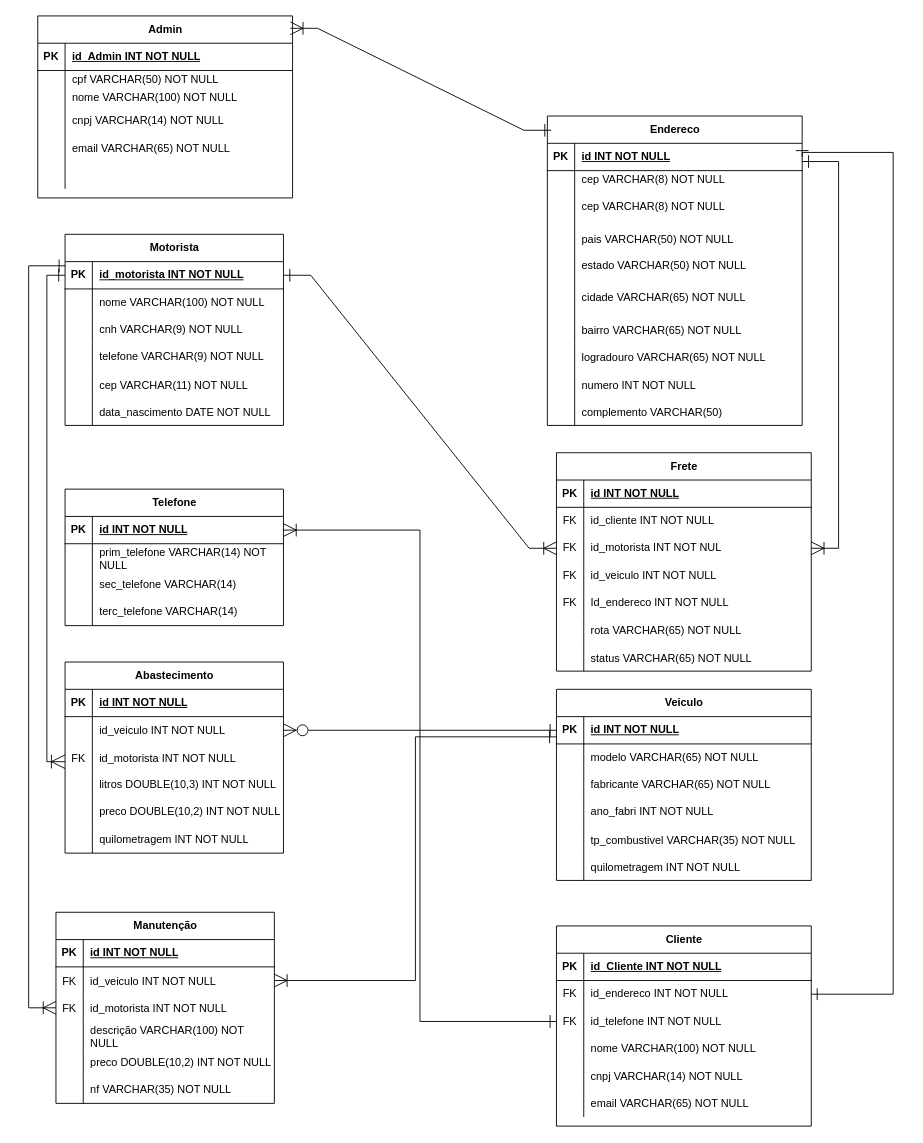
Earlier version of the draw.io diagram Database/der (1).drawio (MariaEduarda94/Projeto-Extens-o). Source tidied: cells renumbered, new cells numbered last; positions are measured from the earlier drawing's top-left corner, leaving out a move shared by most shapes. Both pictures are drawn from the tidied source at 91%, with x=0, y=0 at pixel (37, 15).
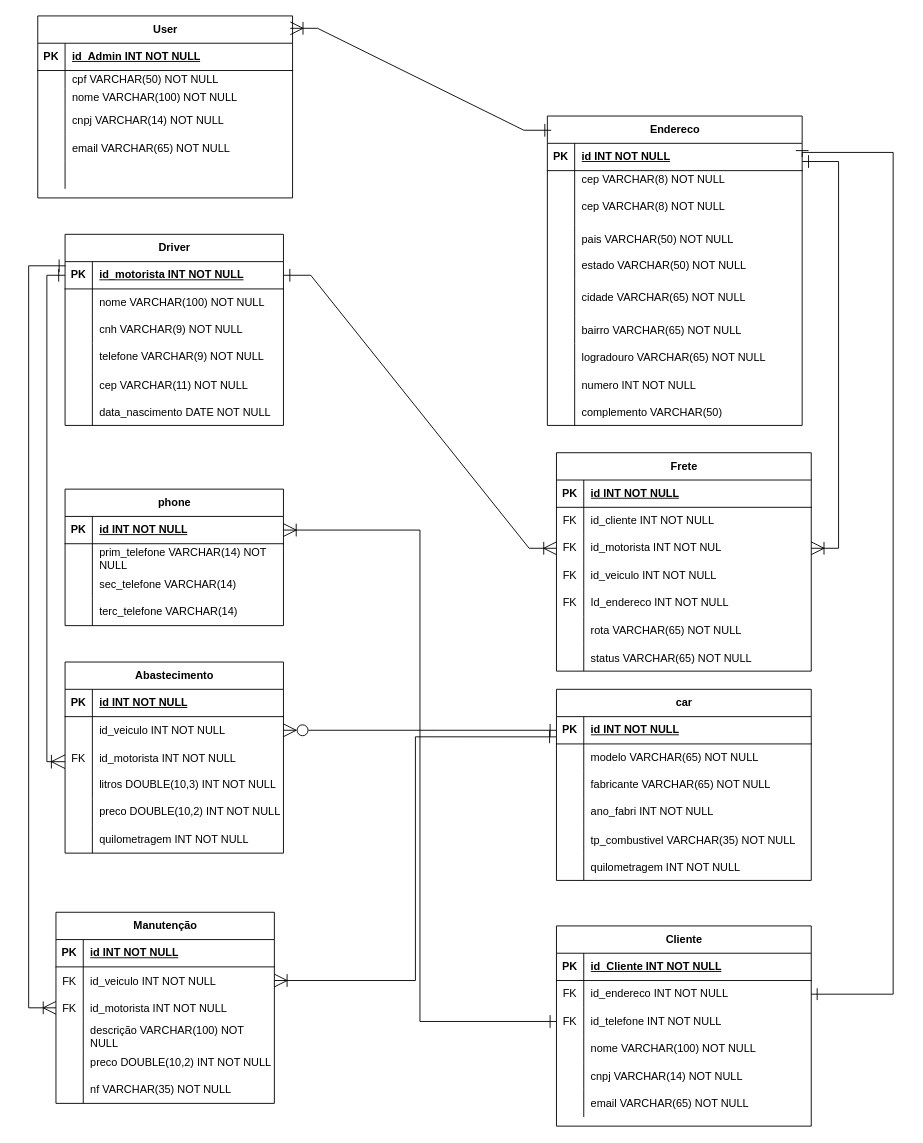
After the change.

What changed in the source:
```diff
@@
-    <mxCell id="2" value="Motorista" style="shape=table;startSize=30;childLayout=tableLayout;rowLines=0;fontStyle=1;align=center;html=1;" parent="1" vertex="1">
+    <mxCell id="2" value="Driver" style="shape=table;startSize=30;childLayout=tableLayout;rowLines=0;fontStyle=1;align=center;html=1;" parent="1" vertex="1">
       <mxGeometry x="30" y="240" width="240" height="210" as="geometry" />
     </mxCell>
@@
-    <mxCell id="72" value="Telefone" style="shape=table;startSize=30;childLayout=tableLayout;rowLines=0;fontStyle=1;align=center;html=1;" parent="1" vertex="1">
+    <mxCell id="72" value="&lt;div&gt;phone&lt;/div&gt;" style="shape=table;startSize=30;childLayout=tableLayout;rowLines=0;fontStyle=1;align=center;html=1;" parent="1" vertex="1">
       <mxGeometry x="30" y="520" width="240" height="150" as="geometry" />
     </mxCell>
@@
-    <mxCell id="85" value="Veiculo" style="shape=table;startSize=30;childLayout=tableLayout;rowLines=0;fontStyle=1;align=center;html=1;" parent="1" vertex="1">
+    <mxCell id="85" value="&lt;div&gt;car&lt;/div&gt;" style="shape=table;startSize=30;childLayout=tableLayout;rowLines=0;fontStyle=1;align=center;html=1;" parent="1" vertex="1">
       <mxGeometry x="570" y="740" width="280" height="210" as="geometry" />
     </mxCell>
@@
-    <mxCell id="174" value="Admin" style="shape=table;startSize=30;childLayout=tableLayout;rowLines=0;fontStyle=1;align=center;html=1;" parent="1" vertex="1">
+    <mxCell id="174" value="User" style="shape=table;startSize=30;childLayout=tableLayout;rowLines=0;fontStyle=1;align=center;html=1;" parent="1" vertex="1">
       <mxGeometry width="280" height="200" as="geometry" />
     </mxCell>
```
